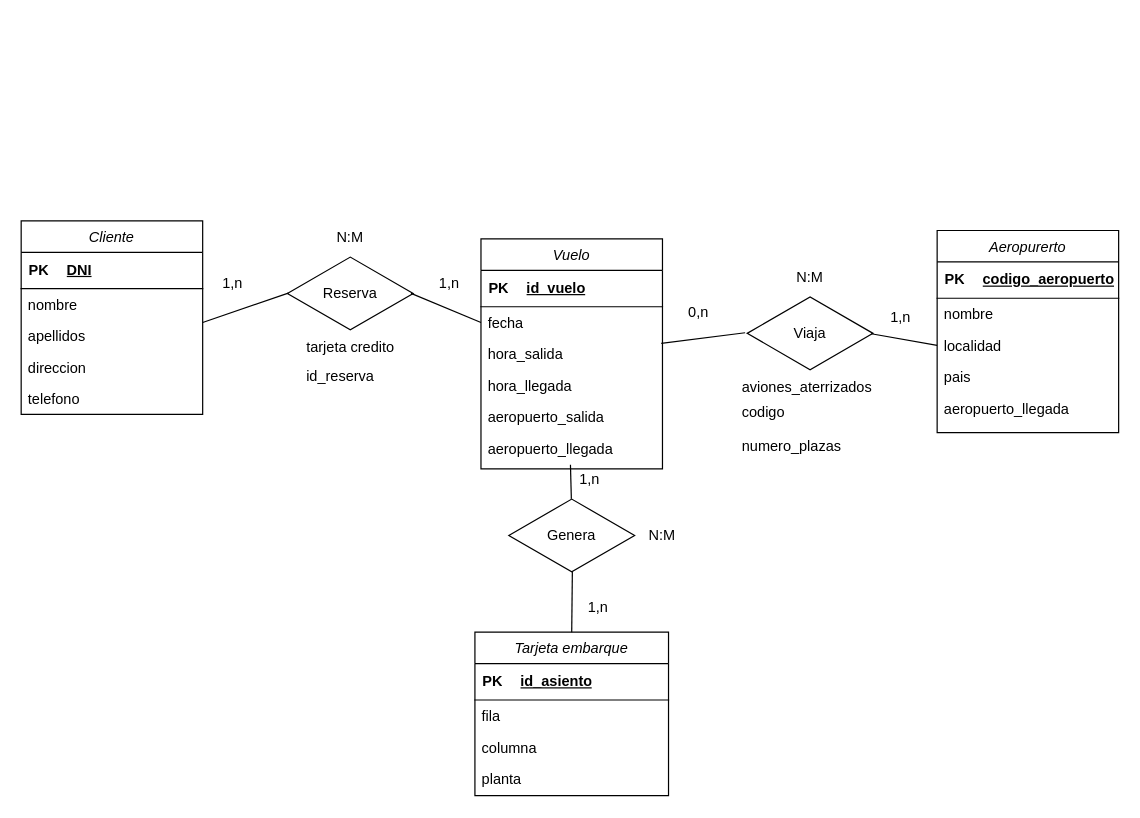
Earlier version of the draw.io diagram Ej8.drawio (Daninuro/diagrames-cvf-dn-mpl-n-11102023). Source tidied: cells renumbered, new cells numbered last; positions are measured from the earlier drawing's top-left corner, leaving out a move shared by most shapes. Both pictures are drawn from the tidied source at 121%, with x=0, y=0 at pixel (21, 219).
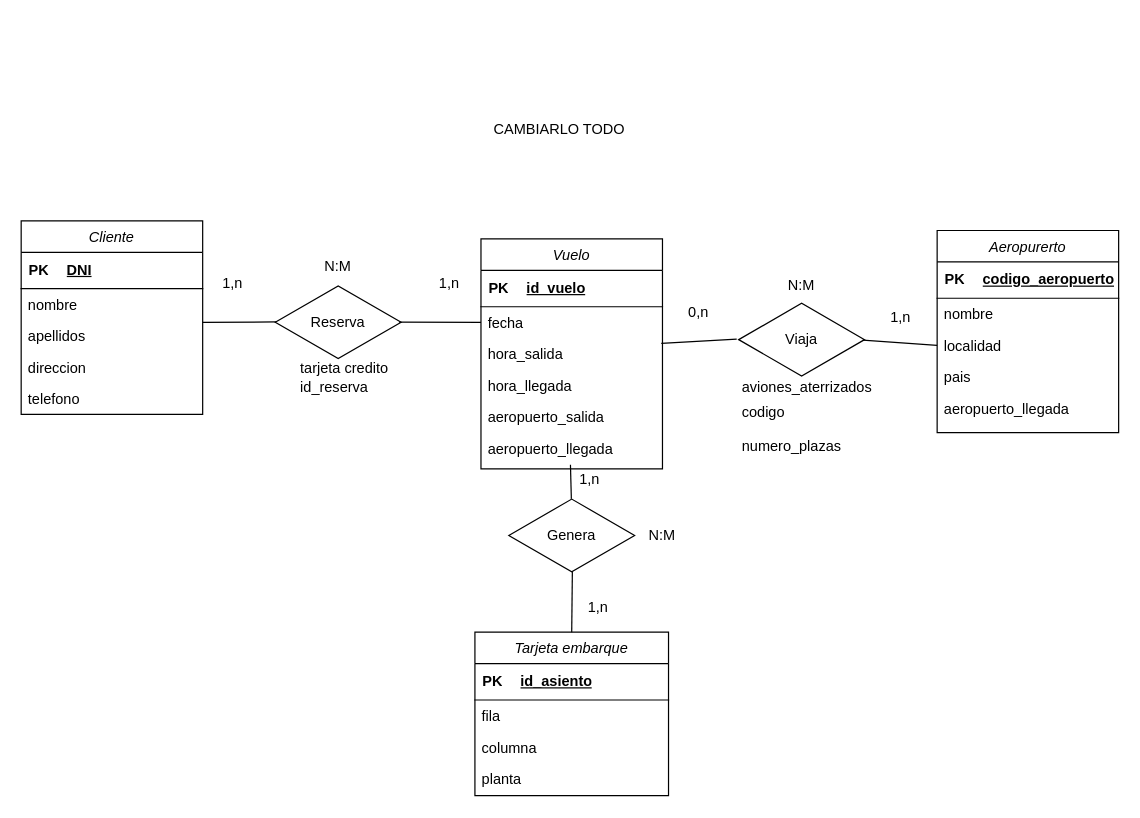
After the change.

Change to the diagram source:
```diff
@@
     <mxCell id="29" style="html=1;whiteSpace=wrap;shape=isoRectangle;" parent="1" vertex="1">
-      <mxGeometry x="220" y="29.8" width="104" height="62.4" as="geometry" />
+      <mxGeometry x="210" y="53.6" width="104" height="62.4" as="geometry" />
     </mxCell>
     <mxCell id="30" value="Reserva" style="text;html=1;strokeColor=none;fillColor=none;align=center;verticalAlign=middle;whiteSpace=wrap;rounded=0;" parent="1" vertex="1">
-      <mxGeometry x="242" y="46" width="60" height="30" as="geometry" />
+      <mxGeometry x="238" y="76.7" width="48" height="16.2" as="geometry" />
     </mxCell>
@@
     <mxCell id="35" value="N:M" style="text;html=1;strokeColor=none;fillColor=none;align=center;verticalAlign=middle;whiteSpace=wrap;rounded=0;" parent="1" vertex="1">
-      <mxGeometry x="242" width="60" height="30" as="geometry" />
+      <mxGeometry x="232" y="23.6" width="60" height="30" as="geometry" />
     </mxCell>
@@
     <mxCell id="43" value="tarjeta credito" style="text;align=left;verticalAlign=top;spacingLeft=4;spacingRight=4;overflow=hidden;rounded=0;shadow=0;html=0;" parent="1" vertex="1">
-      <mxGeometry x="230" y="92.2" width="150" height="26" as="geometry" />
+      <mxGeometry x="225" y="109" width="150" height="26" as="geometry" />
     </mxCell>
     <mxCell id="44" value="id_reserva" style="text;align=left;verticalAlign=top;spacingLeft=4;spacingRight=4;overflow=hidden;" parent="1" vertex="1">
-      <mxGeometry x="230" y="116" width="160" height="26" as="geometry" />
+      <mxGeometry x="225" y="125.2" width="160" height="26" as="geometry" />
     </mxCell>
     <mxCell id="45" style="html=1;whiteSpace=wrap;shape=isoRectangle;" parent="1" vertex="1">
-      <mxGeometry x="600" y="62.8" width="104" height="62.4" as="geometry" />
+      <mxGeometry x="593" y="68" width="104" height="62.4" as="geometry" />
     </mxCell>
@@
     <mxCell id="55" value="Viaja" style="text;html=1;strokeColor=none;fillColor=none;align=center;verticalAlign=middle;whiteSpace=wrap;rounded=0;" parent="1" vertex="1">
-      <mxGeometry x="622" y="79" width="60" height="30" as="geometry" />
+      <mxGeometry x="615" y="84.2" width="60" height="30" as="geometry" />
     </mxCell>
@@
     <mxCell id="63" value="N:M" style="text;html=1;strokeColor=none;fillColor=none;align=center;verticalAlign=middle;whiteSpace=wrap;rounded=0;" parent="1" vertex="1">
-      <mxGeometry x="622" y="32.8" width="60" height="30" as="geometry" />
+      <mxGeometry x="615" y="39.8" width="60" height="30" as="geometry" />
     </mxCell>
+    <mxCell id="64" value="CAMBIARLO TODO" style="text;html=1;strokeColor=none;fillColor=none;align=center;verticalAlign=middle;whiteSpace=wrap;rounded=0;" parent="1" vertex="1">
+      <mxGeometry x="180" y="-164" width="530" height="180" as="geometry" />
+    </mxCell>
```
